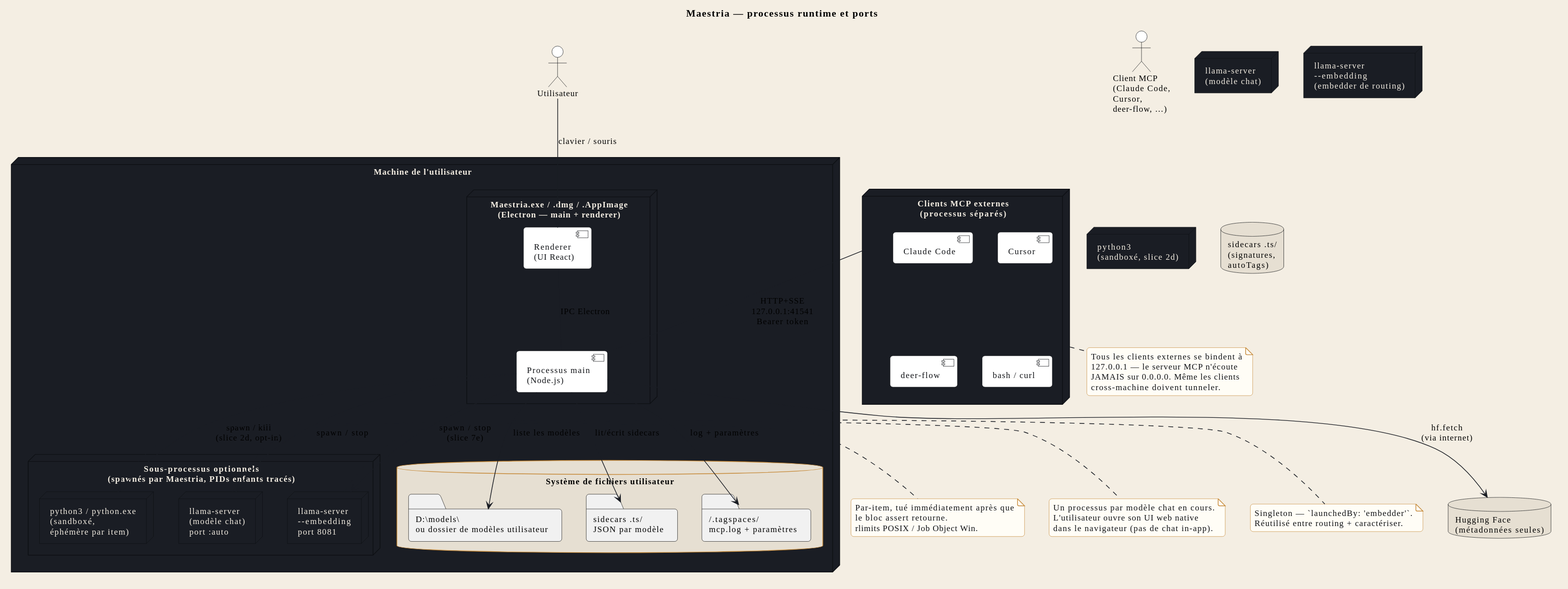
This is docs/fr/svg/deployment.svg from Syphys/maestria, a PlantUML export, as it was before one commit.
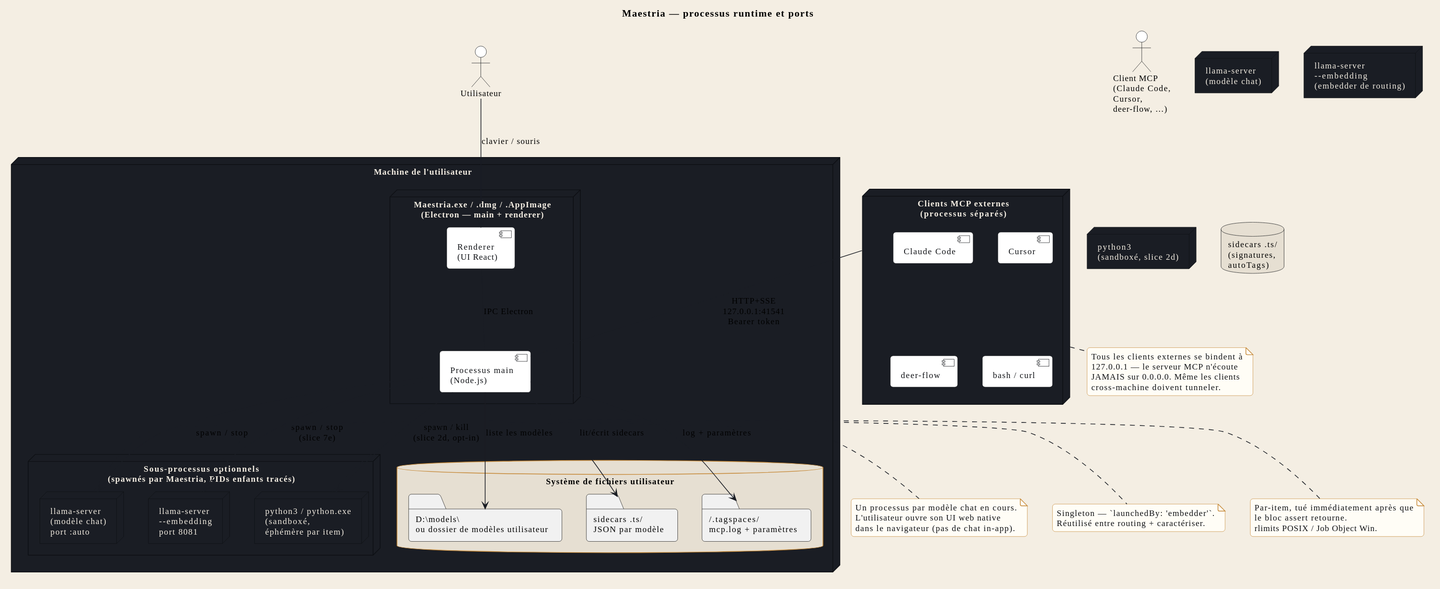
The same diagram one commit later.

Diff of the diagram source:
```diff
@@ -2,67 +2,66 @@
 !include _includes/style.iuml
 !include _includes/actors.iuml
 
-title Maestria — processus runtime et ports
+title STR_DEPL_TITLE
 
-node "Machine de l'utilisateur" as HOST {
-  node "Maestria.exe / .dmg / .AppImage\n(Electron — main + renderer)" as MAESTRIA {
-    component "Renderer\n(UI React)" as R
-    component "Processus main\n(Node.js)" as M
+node "STR_DEPL_HOST" as HOST {
+  node "STR_DEPL_MAESTRIA" as MAESTRIA {
+    component "STR_DEPL_R" as R
+    component "STR_DEPL_M" as M
   }
 
-  node "Sous-processus optionnels\n(spawnés par Maestria, PIDs enfants tracés)" as SUBS {
-    node "llama-server\n(modèle chat)\nport :auto" as P_CHAT
+  node "STR_DEPL_SUBS" as SUBS {
+    node "STR_DEPL_P_CHAT" as P_CHAT
     node "llama-server\n--embedding\nport 8081" as P_EMB
-    node "python3 / python.exe\n(sandboxé,\néphémère par item)" as P_PY
+    node "STR_DEPL_P_PY" as P_PY
   }
 
-  database "Système de fichiers utilisateur" {
-    folder "D:\\models\\\nou dossier de modèles utilisateur" as MODELS
-    folder "sidecars .ts/\nJSON par modèle" as SC
-    folder "~/.tagspaces/\nmcp.log + paramètres" as APP_DATA
+  database "STR_DEPL_FS_LABEL" {
+    folder "STR_DEPL_MODELS" as MODELS
+    folder "STR_DEPL_SC" as SC
+    folder "STR_DEPL_APPDATA" as APP_DATA
   }
 }
 
-node "Clients MCP externes\n(processus séparés)" as EXT_CLIENTS {
+node "STR_DEPL_EXT_CLIENTS" as EXT_CLIENTS {
   component "Claude Code" as C_CC
   component "Cursor" as C_CUR
   component "deer-flow" as C_DF
   component "bash / curl" as C_SH
 }
 
-USER --> R : clavier / souris
+USER --> R : STR_DEPL_REL_USER_R
 M --> P_CHAT : spawn / stop
 M --> P_EMB : spawn / stop\n(slice 7e)
-M --> P_PY : spawn / kill\n(slice 2d, opt-in)
-M --> SC : lit/écrit sidecars
-M --> MODELS : liste les modèles
-M --> APP_DATA : log + paramètres
-M --> HF : hf.fetch\n(via internet)
+M --> P_PY : STR_DEPL_REL_M_PPY
+M --> SC : STR_DEPL_REL_M_SC
+M --> MODELS : STR_DEPL_REL_M_MODELS
+M --> APP_DATA : STR_DEPL_REL_M_APP
 
 EXT_CLIENTS -- M : HTTP+SSE\n127.0.0.1:41541\nBearer token
-R -- M : IPC Electron
+R -- M : STR_DEPL_REL_R_M
 
 note right of P_CHAT
-  Un processus par modèle chat en cours.
-  L'utilisateur ouvre son UI web native
-  dans le navigateur (pas de chat in-app).
+  STR_DEPL_NOTE_PCHAT_L1
+  STR_DEPL_NOTE_PCHAT_L2
+  STR_DEPL_NOTE_PCHAT_L3
 end note
 
 note right of P_EMB
   Singleton — `launchedBy: 'embedder'`.
-  Réutilisé entre routing + caractériser.
+  STR_DEPL_NOTE_PEMB_L2
 end note
 
 note right of P_PY
-  Par-item, tué immédiatement après que
-  le bloc assert retourne.
-  rlimits POSIX / Job Object Win.
+  STR_DEPL_NOTE_PPY_L1
+  STR_DEPL_NOTE_PPY_L2
+  STR_DEPL_NOTE_PPY_L3
 end note
 
 note bottom of EXT_CLIENTS
-  Tous les clients externes se bindent à
-  127.0.0.1 — le serveur MCP n'écoute
-  JAMAIS sur 0.0.0.0. Même les clients
-  cross-machine doivent tunneler.
+  STR_DEPL_NOTE_EXT_L1
+  STR_DEPL_NOTE_EXT_L2
+  STR_DEPL_NOTE_EXT_L3
+  STR_DEPL_NOTE_EXT_L4
 end note
 @enduml
```
